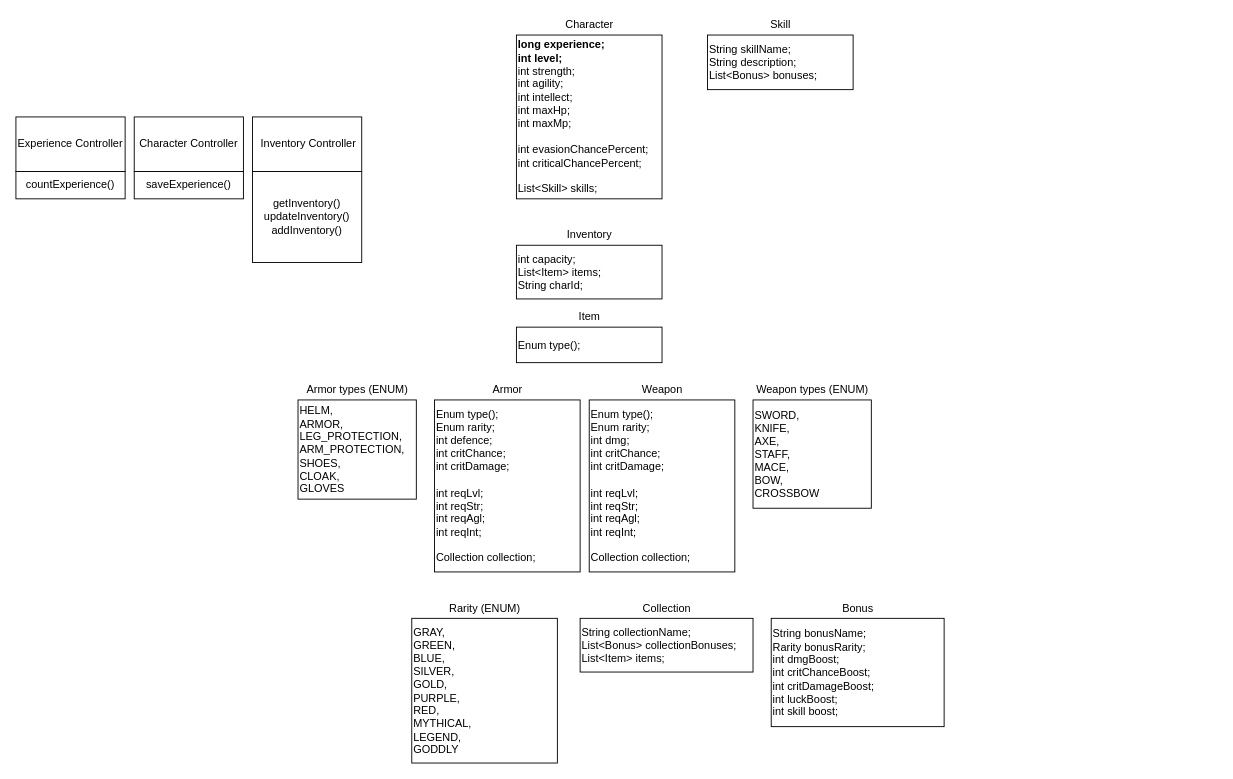
Above: Character.drawio in FedosovMax/diagrams (draw.io), before the change. Source tidied: cells renumbered, new cells numbered last; positions are measured from the earlier drawing's top-left corner, leaving out a move shared by most shapes. Both pictures are drawn from the tidied source at 91%, with x=0, y=0 at pixel (15, 15).
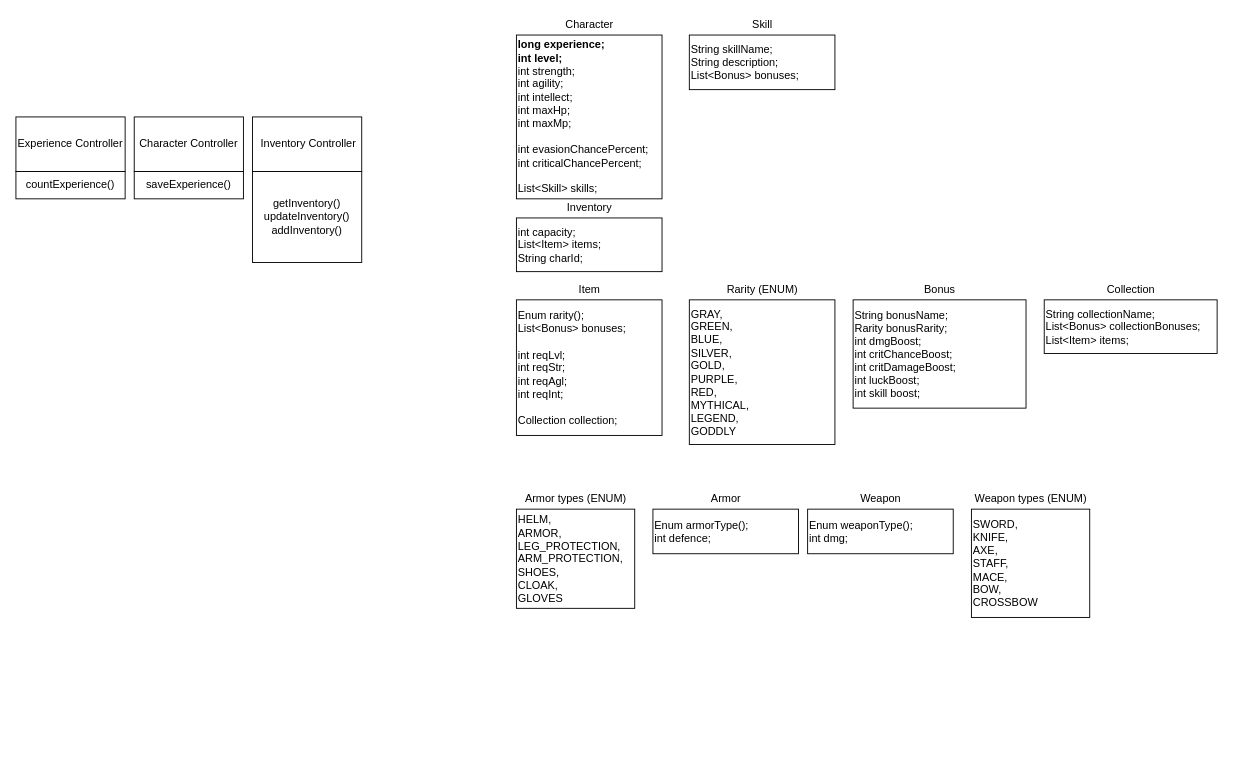
The same diagram, later.

Change to the diagram source:
```diff
@@
     <mxCell id="10" value="int capacity;&lt;br&gt;List&amp;lt;Item&amp;gt; items;&lt;br&gt;String charId;" style="rounded=0;whiteSpace=wrap;html=1;align=left;" parent="1" vertex="1">
-      <mxGeometry x="550" y="252" width="160" height="59" as="geometry" />
+      <mxGeometry x="550" y="222" width="160" height="59" as="geometry" />
     </mxCell>
     <mxCell id="11" value="Inventory" style="text;html=1;align=center;verticalAlign=middle;" parent="1" vertex="1">
-      <mxGeometry x="595" y="231" width="70" height="20" as="geometry" />
+      <mxGeometry x="595" y="201" width="70" height="20" as="geometry" />
     </mxCell>
-    <mxCell id="12" value="Enum type();&lt;br&gt;" style="rounded=0;whiteSpace=wrap;html=1;align=left;" parent="1" vertex="1">
-      <mxGeometry x="550" y="342" width="160" height="39" as="geometry" />
+    <mxCell id="12" value="Enum rarity();&lt;br&gt;List&amp;lt;Bonus&amp;gt; bonuses;&lt;br&gt;&lt;br&gt;int reqLvl;&lt;br&gt;int reqStr;&lt;br&gt;int reqAgl;&lt;br&gt;int reqInt;&lt;br&gt;&lt;br&gt;Collection collection;" style="rounded=0;whiteSpace=wrap;html=1;align=left;" parent="1" vertex="1">
+      <mxGeometry x="550" y="312" width="160" height="149" as="geometry" />
     </mxCell>
     <mxCell id="13" value="Item" style="text;html=1;align=center;verticalAlign=middle;" parent="1" vertex="1">
-      <mxGeometry x="610" y="321" width="40" height="20" as="geometry" />
+      <mxGeometry x="610" y="291" width="40" height="20" as="geometry" />
     </mxCell>
-    <mxCell id="14" value="Enum type();&lt;br&gt;Enum rarity;&lt;br&gt;int defence;&lt;br&gt;int critChance;&lt;br&gt;int critDamage;&lt;br&gt;&lt;br&gt;int reqLvl;&lt;br&gt;int reqStr;&lt;br&gt;int reqAgl;&lt;br&gt;int reqInt;&lt;br&gt;&lt;br&gt;Collection collection;" style="rounded=0;whiteSpace=wrap;html=1;align=left;" parent="1" vertex="1">
-      <mxGeometry x="460" y="422" width="160" height="189" as="geometry" />
+    <mxCell id="14" value="Enum armorType();&lt;br&gt;int defence;&lt;br&gt;" style="rounded=0;whiteSpace=wrap;html=1;align=left;" parent="1" vertex="1">
+      <mxGeometry x="700" y="542" width="160" height="49" as="geometry" />
     </mxCell>
     <mxCell id="15" value="Armor" style="text;html=1;align=center;verticalAlign=middle;" parent="1" vertex="1">
-      <mxGeometry x="515" y="401" width="50" height="20" as="geometry" />
+      <mxGeometry x="755" y="521" width="50" height="20" as="geometry" />
     </mxCell>
-    <mxCell id="16" value="Enum type();&lt;br&gt;Enum rarity;&lt;br&gt;int dmg;&lt;br&gt;int critChance;&lt;br&gt;int critDamage;&lt;br&gt;&lt;br&gt;int reqLvl;&lt;br&gt;int reqStr;&lt;br&gt;int reqAgl;&lt;br&gt;int reqInt;&lt;br&gt;&lt;br&gt;Collection collection;" style="rounded=0;whiteSpace=wrap;html=1;align=left;" parent="1" vertex="1">
-      <mxGeometry x="630" y="422" width="160" height="189" as="geometry" />
+    <mxCell id="16" value="Enum weaponType();&lt;br&gt;int dmg;" style="rounded=0;whiteSpace=wrap;html=1;align=left;" parent="1" vertex="1">
+      <mxGeometry x="870" y="542" width="160" height="49" as="geometry" />
     </mxCell>
     <mxCell id="17" value="Weapon" style="text;html=1;align=center;verticalAlign=middle;" parent="1" vertex="1">
-      <mxGeometry x="680" y="401" width="60" height="20" as="geometry" />
+      <mxGeometry x="920" y="521" width="60" height="20" as="geometry" />
     </mxCell>
     <mxCell id="18" value="HELM, &lt;br&gt;ARMOR, LEG_PROTECTION,&lt;br&gt;ARM_PROTECTION,&lt;br&gt;SHOES,&lt;br&gt;CLOAK,&lt;br&gt;GLOVES&lt;br&gt;" style="rounded=0;whiteSpace=wrap;html=1;align=left;" parent="1" vertex="1">
-      <mxGeometry x="310" y="422" width="130" height="109" as="geometry" />
+      <mxGeometry x="550" y="542" width="130" height="109" as="geometry" />
     </mxCell>
     <mxCell id="19" value="Armor types (ENUM)" style="text;html=1;align=center;verticalAlign=middle;" parent="1" vertex="1">
-      <mxGeometry x="310" y="401" width="130" height="20" as="geometry" />
+      <mxGeometry x="550" y="521" width="130" height="20" as="geometry" />
     </mxCell>
     <mxCell id="20" value="SWORD,&lt;br&gt;KNIFE,&lt;br&gt;AXE,&lt;br&gt;STAFF,&lt;br&gt;MACE,&lt;br&gt;BOW,&amp;nbsp;&lt;br&gt;CROSSBOW" style="rounded=0;whiteSpace=wrap;html=1;align=left;" parent="1" vertex="1">
-      <mxGeometry x="810" y="422" width="130" height="119" as="geometry" />
+      <mxGeometry x="1050" y="542" width="130" height="119" as="geometry" />
     </mxCell>
     <mxCell id="21" value="Weapon types (ENUM)" style="text;html=1;align=center;verticalAlign=middle;" parent="1" vertex="1">
-      <mxGeometry x="805" y="401" width="140" height="20" as="geometry" />
+      <mxGeometry x="1045" y="521" width="140" height="20" as="geometry" />
     </mxCell>
     <mxCell id="22" value="String collectionName;&lt;br&gt;List&amp;lt;Bonus&amp;gt; collectionBonuses;&lt;br&gt;List&amp;lt;Item&amp;gt; items;" style="rounded=0;whiteSpace=wrap;html=1;align=left;" parent="1" vertex="1">
-      <mxGeometry x="620" y="662" width="190" height="59" as="geometry" />
+      <mxGeometry x="1130" y="312" width="190" height="59" as="geometry" />
     </mxCell>
     <mxCell id="23" value="Collection" style="text;html=1;align=center;verticalAlign=middle;" parent="1" vertex="1">
-      <mxGeometry x="680" y="641" width="70" height="20" as="geometry" />
+      <mxGeometry x="1190" y="291" width="70" height="20" as="geometry" />
     </mxCell>
     <mxCell id="24" value="GRAY,&lt;br&gt;GREEN,&lt;br&gt;BLUE,&lt;br&gt;SILVER,&lt;br&gt;GOLD,&lt;br&gt;PURPLE,&lt;br&gt;RED,&lt;br&gt;MYTHICAL,&lt;br&gt;LEGEND,&lt;br&gt;GODDLY" style="rounded=0;whiteSpace=wrap;html=1;align=left;" parent="1" vertex="1">
-      <mxGeometry x="435" y="662" width="160" height="159" as="geometry" />
+      <mxGeometry x="740" y="312" width="160" height="159" as="geometry" />
     </mxCell>
     <mxCell id="25" value="Rarity (ENUM)" style="text;html=1;align=center;verticalAlign=middle;" parent="1" vertex="1">
-      <mxGeometry x="470" y="641" width="90" height="20" as="geometry" />
+      <mxGeometry x="775" y="291" width="90" height="20" as="geometry" />
     </mxCell>
     <mxCell id="26" value="String bonusName;&lt;br&gt;Rarity bonusRarity;&lt;br&gt;int dmgBoost;&lt;br&gt;int critChanceBoost;&lt;br&gt;int critDamageBoost;&lt;br&gt;int luckBoost;&lt;br&gt;int skill boost;&amp;nbsp;" style="rounded=0;whiteSpace=wrap;html=1;align=left;" parent="1" vertex="1">
-      <mxGeometry x="830" y="662" width="190" height="119" as="geometry" />
+      <mxGeometry x="920" y="312" width="190" height="119" as="geometry" />
     </mxCell>
     <mxCell id="27" value="Bonus" style="text;html=1;align=center;verticalAlign=middle;" parent="1" vertex="1">
-      <mxGeometry x="900" y="641" width="50" height="20" as="geometry" />
+      <mxGeometry x="990" y="291" width="50" height="20" as="geometry" />
     </mxCell>
     <mxCell id="28" value="String skillName;&lt;br&gt;String description;&lt;br&gt;List&amp;lt;Bonus&amp;gt; bonuses;" style="rounded=0;whiteSpace=wrap;html=1;align=left;" parent="1" vertex="1">
-      <mxGeometry x="760" y="21" width="160" height="60" as="geometry" />
+      <mxGeometry x="740" y="21" width="160" height="60" as="geometry" />
     </mxCell>
     <mxCell id="29" value="Skill" style="text;html=1;align=center;verticalAlign=middle;" parent="1" vertex="1">
-      <mxGeometry x="820" width="40" height="20" as="geometry" />
+      <mxGeometry x="800" width="40" height="20" as="geometry" />
     </mxCell>
```
